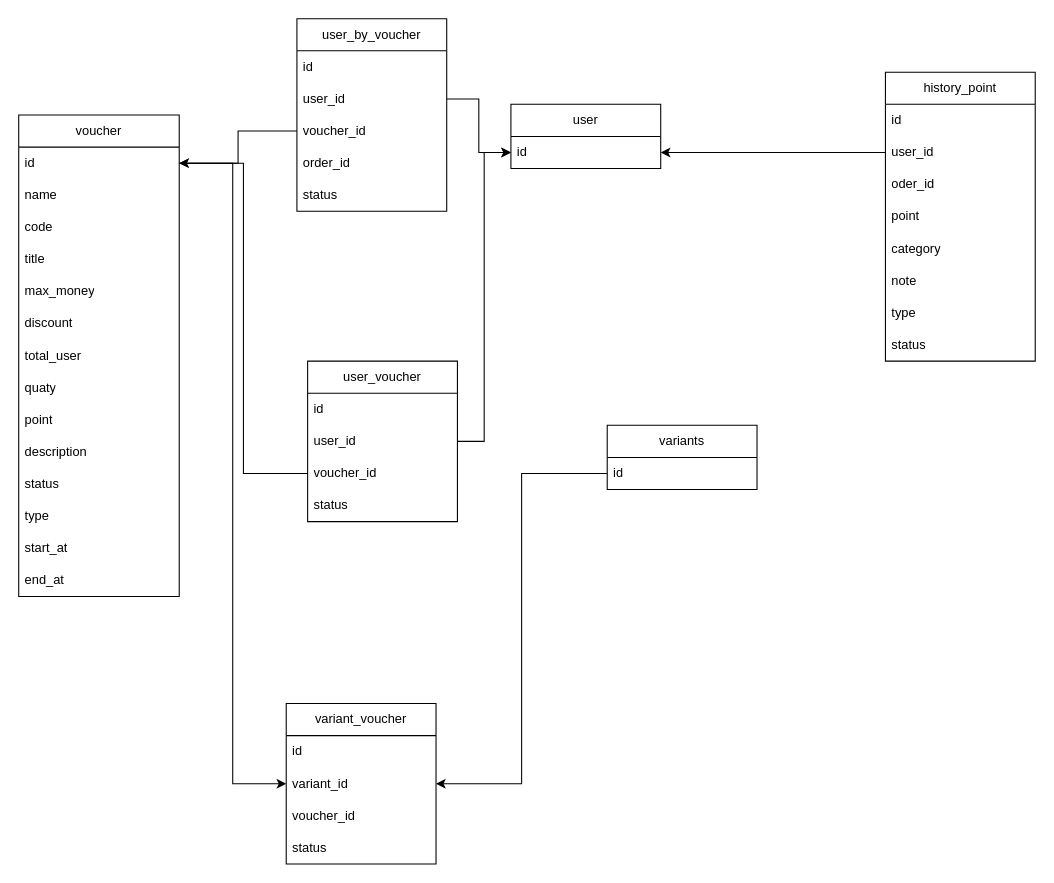
The draw.io diagram Untitled Diagram.drawio in trihai306/web, before the edit. Source tidied: cells renumbered, new cells numbered last; positions are measured from the earlier drawing's top-left corner, leaving out a move shared by most shapes. Both pictures are drawn from the tidied source at 107%, with x=0, y=0 at pixel (18, 18).
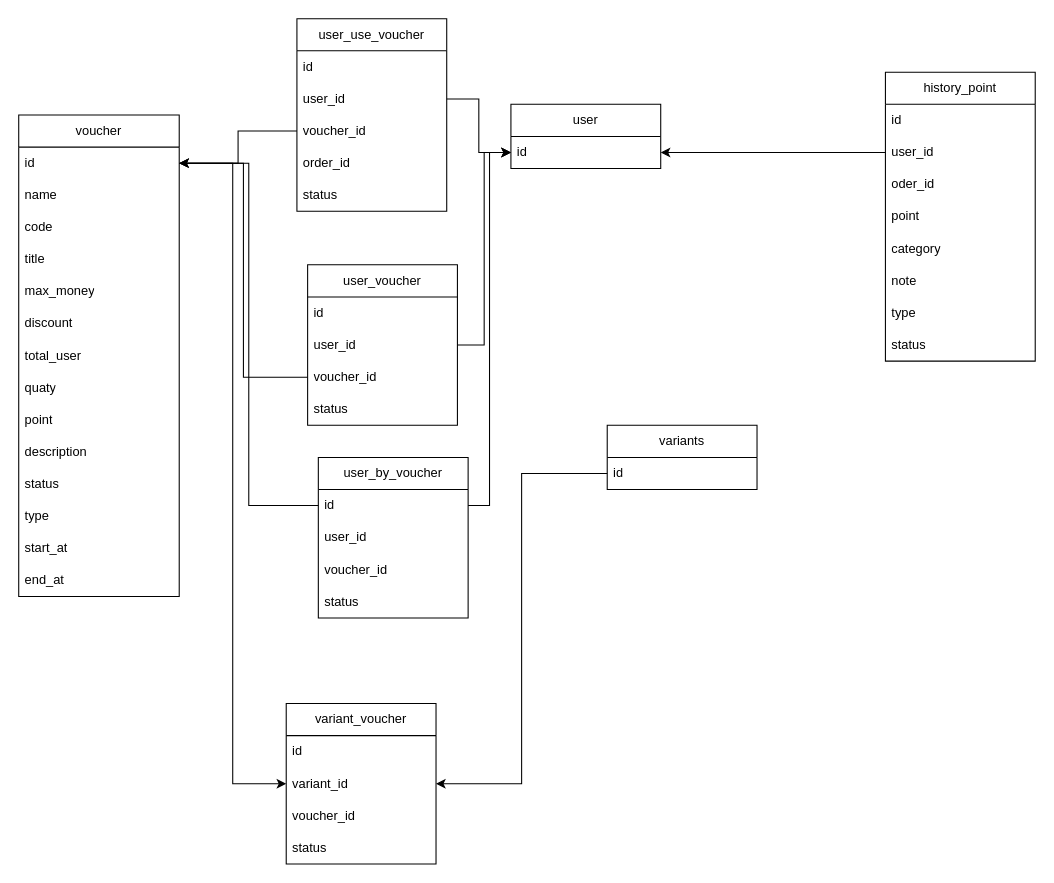
After the change.

The change refers to these unchanged cells:
```xml
<mxCell id="3" value="id" style="text;strokeColor=none;fillColor=none;align=left;verticalAlign=middle;spacingLeft=4;spacingRight=4;overflow=hidden;points=[[0,0.5],[1,0.5]];portConstraint=eastwest;whiteSpace=wrap;html=1;" parent="2" vertex="1">
  <mxGeometry y="30" width="150" height="30" as="geometry" />
</mxCell>
<mxCell id="23" value="id" style="text;strokeColor=none;fillColor=none;align=left;verticalAlign=middle;spacingLeft=4;spacingRight=4;overflow=hidden;points=[[0,0.5],[1,0.5]];portConstraint=eastwest;whiteSpace=wrap;html=1;" parent="22" vertex="1">
  <mxGeometry y="30" width="140" height="30" as="geometry" />
</mxCell>
```

Diff of the diagram source:
```diff
@@
     <mxCell id="17" value="user_voucher" style="swimlane;fontStyle=0;horizontal=1;startSize=30;whiteSpace=wrap;html=1;" parent="1" vertex="1">
-      <mxGeometry x="270" y="320" width="140" height="150" as="geometry" />
+      <mxGeometry x="270" y="230" width="140" height="150" as="geometry" />
     </mxCell>
@@
-    <mxCell id="45" value="user_by_voucher" style="swimlane;fontStyle=0;horizontal=1;startSize=30;whiteSpace=wrap;html=1;" parent="1" vertex="1">
+    <mxCell id="45" value="user_use_voucher" style="swimlane;fontStyle=0;horizontal=1;startSize=30;whiteSpace=wrap;html=1;" parent="1" vertex="1">
       <mxGeometry x="260" width="140" height="180" as="geometry" />
     </mxCell>
@@
+    <mxCell id="53" value="user_by_voucher" style="swimlane;fontStyle=0;horizontal=1;startSize=30;whiteSpace=wrap;html=1;" parent="1" vertex="1">
+      <mxGeometry x="280" y="410" width="140" height="150" as="geometry" />
+    </mxCell>
+    <mxCell id="54" value="id" style="text;strokeColor=none;fillColor=none;align=left;verticalAlign=middle;spacingLeft=4;spacingRight=4;overflow=hidden;points=[[0,0.5],[1,0.5]];portConstraint=eastwest;whiteSpace=wrap;html=1;" parent="53" vertex="1">
+      <mxGeometry y="30" width="140" height="30" as="geometry" />
+    </mxCell>
+    <mxCell id="55" value="user_id" style="text;strokeColor=none;fillColor=none;align=left;verticalAlign=middle;spacingLeft=4;spacingRight=4;overflow=hidden;whiteSpace=wrap;html=1;" parent="53" vertex="1">
+      <mxGeometry y="60" width="140" height="30" as="geometry" />
+    </mxCell>
+    <mxCell id="56" value="voucher_id" style="text;strokeColor=none;fillColor=none;align=left;verticalAlign=middle;spacingLeft=4;spacingRight=4;overflow=hidden;whiteSpace=wrap;html=1;" parent="53" vertex="1">
+      <mxGeometry y="90" width="140" height="30" as="geometry" />
+    </mxCell>
+    <mxCell id="57" value="status" style="text;strokeColor=none;fillColor=none;align=left;verticalAlign=middle;spacingLeft=4;spacingRight=4;overflow=hidden;whiteSpace=wrap;html=1;" parent="53" vertex="1">
+      <mxGeometry y="120" width="140" height="30" as="geometry" />
+    </mxCell>
+    <mxCell id="58" style="edgeStyle=orthogonalEdgeStyle;rounded=0;jettySize=auto;html=1;exitX=1;exitY=0.5;exitDx=0;exitDy=0;" parent="1" edge="1" source="54" target="23">
+      <mxGeometry relative="1" as="geometry" />
+    </mxCell>
+    <mxCell id="59" style="edgeStyle=orthogonalEdgeStyle;rounded=0;jettySize=auto;html=1;exitX=0;exitY=0.5;exitDx=0;exitDy=0;entryX=1;entryY=0.5;entryDx=0;entryDy=0;" parent="1" edge="1" source="54" target="3">
+      <mxGeometry relative="1" as="geometry" />
+    </mxCell>
```
